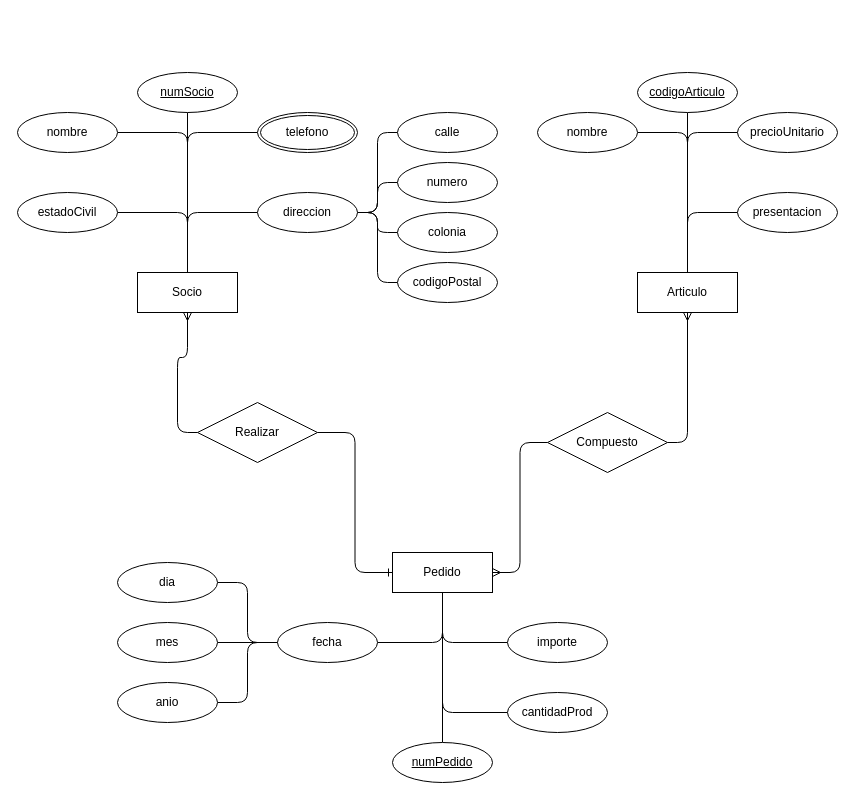
xmr-p/DatabaseCharts keeps this draw.io diagram as Activity-2-3.drawio. Above is the earlier version. Source tidied: cells renumbered, new cells numbered last; positions are measured from the earlier drawing's top-left corner, leaving out a move shared by most shapes. Both pictures are drawn from the tidied source at 100%, with x=0, y=0 at pixel (17, 72).
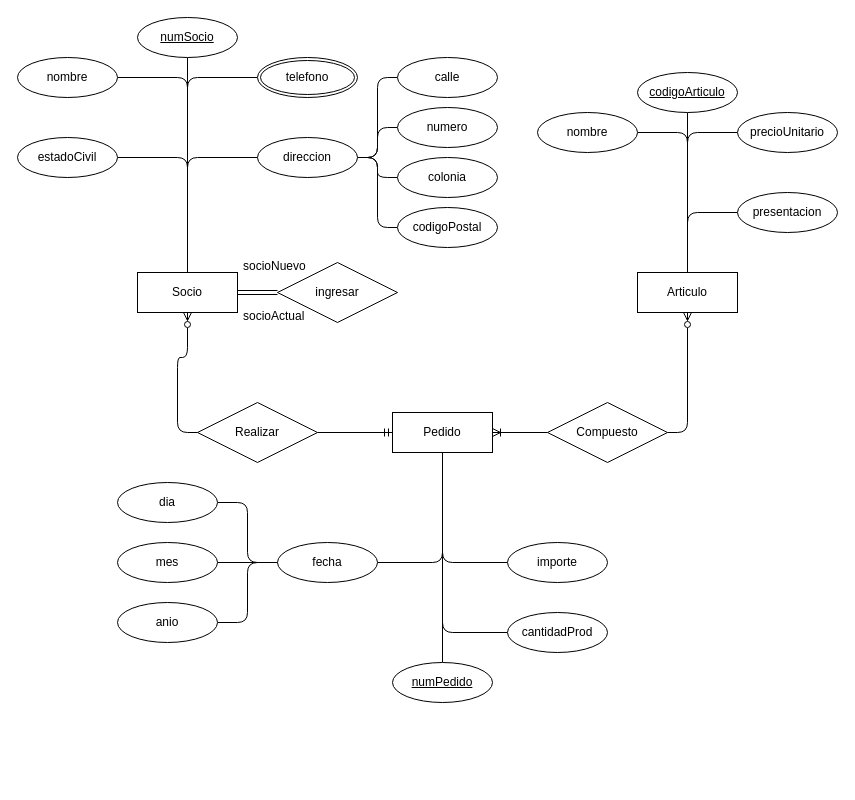
The same diagram, later.

The change refers to these unchanged cells:
```xml
<mxCell id="7" value="Articulo" style="whiteSpace=wrap;html=1;align=center;" parent="1" vertex="1">
  <mxGeometry x="620" y="200" width="100" height="40" as="geometry" />
</mxCell>
<mxCell id="19" value="Socio" style="whiteSpace=wrap;html=1;align=center;" parent="1" vertex="1">
  <mxGeometry x="120" y="200" width="100" height="40" as="geometry" />
</mxCell>
<mxCell id="21" value="Realizar" style="shape=rhombus;perimeter=rhombusPerimeter;whiteSpace=wrap;html=1;align=center;" parent="1" vertex="1">
  <mxGeometry x="180" y="330" width="120" height="60" as="geometry" />
</mxCell>
```

Diff of the diagram source:
```diff
@@
-    <mxCell id="2" style="edgeStyle=orthogonalEdgeStyle;rounded=1;jettySize=auto;html=1;exitX=0.5;exitY=1;exitDx=0;exitDy=0;entryX=1;entryY=0.5;entryDx=0;entryDy=0;endArrow=none;endFill=0;startArrow=ERmany;startFill=0;curved=0;" parent="1" edge="1" source="7" target="23">
+    <mxCell id="2" style="edgeStyle=orthogonalEdgeStyle;rounded=1;jettySize=auto;html=1;exitX=0.5;exitY=1;exitDx=0;exitDy=0;entryX=1;entryY=0.5;entryDx=0;entryDy=0;endArrow=none;endFill=0;startArrow=ERzeroToMany;startFill=0;curved=0;" parent="1" edge="1" source="7" target="23">
       <mxGeometry relative="1" as="geometry" />
     </mxCell>
@@
     <mxCell id="12" value="Pedido" style="whiteSpace=wrap;html=1;align=center;" parent="1" vertex="1">
-      <mxGeometry x="375" y="480" width="100" height="40" as="geometry" />
+      <mxGeometry x="375" y="340" width="100" height="40" as="geometry" />
     </mxCell>
-    <mxCell id="13" style="edgeStyle=orthogonalEdgeStyle;rounded=1;jettySize=auto;html=1;exitX=0.5;exitY=1;exitDx=0;exitDy=0;entryX=0;entryY=0.5;entryDx=0;entryDy=0;curved=0;startArrow=ERmany;startFill=0;endArrow=none;endFill=0;" parent="1" edge="1" source="19" target="21">
+    <mxCell id="13" style="edgeStyle=orthogonalEdgeStyle;rounded=1;jettySize=auto;html=1;exitX=0.5;exitY=1;exitDx=0;exitDy=0;entryX=0;entryY=0.5;entryDx=0;entryDy=0;curved=0;startArrow=ERzeroToMany;startFill=0;endArrow=none;endFill=0;" parent="1" edge="1" source="19" target="21">
       <mxGeometry relative="1" as="geometry" />
     </mxCell>
@@
-    <mxCell id="20" style="edgeStyle=orthogonalEdgeStyle;rounded=1;jettySize=auto;html=1;exitX=1;exitY=0.5;exitDx=0;exitDy=0;entryX=0;entryY=0.5;entryDx=0;entryDy=0;endArrow=ERone;endFill=0;curved=0;" parent="1" edge="1" source="21" target="12">
+    <mxCell id="20" style="edgeStyle=orthogonalEdgeStyle;rounded=1;jettySize=auto;html=1;exitX=1;exitY=0.5;exitDx=0;exitDy=0;entryX=0;entryY=0.5;entryDx=0;entryDy=0;endArrow=ERmandOne;endFill=0;curved=0;" parent="1" edge="1" source="21" target="12">
       <mxGeometry relative="1" as="geometry" />
     </mxCell>
@@
-    <mxCell id="22" style="edgeStyle=orthogonalEdgeStyle;rounded=1;jettySize=auto;html=1;exitX=0;exitY=0.5;exitDx=0;exitDy=0;entryX=1;entryY=0.5;entryDx=0;entryDy=0;endArrow=ERmany;endFill=0;curved=0;" parent="1" edge="1" source="23" target="12">
+    <mxCell id="22" style="edgeStyle=orthogonalEdgeStyle;rounded=1;jettySize=auto;html=1;exitX=0;exitY=0.5;exitDx=0;exitDy=0;entryX=1;entryY=0.5;entryDx=0;entryDy=0;endArrow=ERoneToMany;endFill=0;curved=0;" parent="1" edge="1" source="23" target="12">
       <mxGeometry relative="1" as="geometry" />
     </mxCell>
     <mxCell id="23" value="Compuesto" style="shape=rhombus;perimeter=rhombusPerimeter;whiteSpace=wrap;html=1;align=center;" parent="1" vertex="1">
-      <mxGeometry x="530" y="340" width="120" height="60" as="geometry" />
+      <mxGeometry x="530" y="330" width="120" height="60" as="geometry" />
     </mxCell>
@@
     <mxCell id="25" value="numPedido" style="ellipse;whiteSpace=wrap;html=1;align=center;fontStyle=4;" parent="1" vertex="1">
-      <mxGeometry x="375" y="670" width="100" height="40" as="geometry" />
+      <mxGeometry x="375" y="590" width="100" height="40" as="geometry" />
     </mxCell>
     <mxCell id="26" value="numSocio" style="ellipse;whiteSpace=wrap;html=1;align=center;fontStyle=4;" parent="1" vertex="1">
-      <mxGeometry x="120" width="100" height="40" as="geometry" />
+      <mxGeometry x="120" y="-55" width="100" height="40" as="geometry" />
     </mxCell>
@@
     <mxCell id="31" value="direccion" style="ellipse;whiteSpace=wrap;html=1;align=center;" parent="1" vertex="1">
-      <mxGeometry x="240" y="120" width="100" height="40" as="geometry" />
+      <mxGeometry x="240" y="65" width="100" height="40" as="geometry" />
     </mxCell>
     <mxCell id="32" value="estadoCivil" style="ellipse;whiteSpace=wrap;html=1;align=center;" parent="1" vertex="1">
-      <mxGeometry y="120" width="100" height="40" as="geometry" />
+      <mxGeometry y="65" width="100" height="40" as="geometry" />
     </mxCell>
     <mxCell id="33" value="nombre" style="ellipse;whiteSpace=wrap;html=1;align=center;" parent="1" vertex="1">
-      <mxGeometry y="40" width="100" height="40" as="geometry" />
+      <mxGeometry y="-15" width="100" height="40" as="geometry" />
     </mxCell>
     <mxCell id="34" value="telefono" style="ellipse;shape=doubleEllipse;margin=3;whiteSpace=wrap;html=1;align=center;" parent="1" vertex="1">
-      <mxGeometry x="240" y="40" width="100" height="40" as="geometry" />
+      <mxGeometry x="240" y="-15" width="100" height="40" as="geometry" />
     </mxCell>
     <mxCell id="35" value="codigoPostal" style="ellipse;whiteSpace=wrap;html=1;align=center;" parent="1" vertex="1">
-      <mxGeometry x="380" y="190" width="100" height="40" as="geometry" />
+      <mxGeometry x="380" y="135" width="100" height="40" as="geometry" />
     </mxCell>
     <mxCell id="36" value="colonia" style="ellipse;whiteSpace=wrap;html=1;align=center;" parent="1" vertex="1">
-      <mxGeometry x="380" y="140" width="100" height="40" as="geometry" />
+      <mxGeometry x="380" y="85" width="100" height="40" as="geometry" />
     </mxCell>
     <mxCell id="37" value="numero" style="ellipse;whiteSpace=wrap;html=1;align=center;" parent="1" vertex="1">
-      <mxGeometry x="380" y="90" width="100" height="40" as="geometry" />
+      <mxGeometry x="380" y="35" width="100" height="40" as="geometry" />
     </mxCell>
     <mxCell id="38" value="calle" style="ellipse;whiteSpace=wrap;html=1;align=center;" parent="1" vertex="1">
-      <mxGeometry x="380" y="40" width="100" height="40" as="geometry" />
+      <mxGeometry x="380" y="-15" width="100" height="40" as="geometry" />
     </mxCell>
@@
     <mxCell id="42" value="cantidadProd" style="ellipse;whiteSpace=wrap;html=1;align=center;" parent="1" vertex="1">
-      <mxGeometry x="490" y="620" width="100" height="40" as="geometry" />
+      <mxGeometry x="490" y="540" width="100" height="40" as="geometry" />
     </mxCell>
     <mxCell id="43" value="importe" style="ellipse;whiteSpace=wrap;html=1;align=center;" parent="1" vertex="1">
-      <mxGeometry x="490" y="550" width="100" height="40" as="geometry" />
+      <mxGeometry x="490" y="470" width="100" height="40" as="geometry" />
     </mxCell>
@@
     <mxCell id="47" value="fecha" style="ellipse;whiteSpace=wrap;html=1;align=center;" parent="1" vertex="1">
-      <mxGeometry x="260" y="550" width="100" height="40" as="geometry" />
+      <mxGeometry x="260" y="470" width="100" height="40" as="geometry" />
     </mxCell>
     <mxCell id="48" value="anio" style="ellipse;whiteSpace=wrap;html=1;align=center;" parent="1" vertex="1">
-      <mxGeometry x="100" y="610" width="100" height="40" as="geometry" />
+      <mxGeometry x="100" y="530" width="100" height="40" as="geometry" />
     </mxCell>
     <mxCell id="49" value="mes" style="ellipse;whiteSpace=wrap;html=1;align=center;" parent="1" vertex="1">
-      <mxGeometry x="100" y="550" width="100" height="40" as="geometry" />
+      <mxGeometry x="100" y="470" width="100" height="40" as="geometry" />
     </mxCell>
     <mxCell id="50" value="dia" style="ellipse;whiteSpace=wrap;html=1;align=center;" parent="1" vertex="1">
-      <mxGeometry x="100" y="490" width="100" height="40" as="geometry" />
+      <mxGeometry x="100" y="410" width="100" height="40" as="geometry" />
     </mxCell>
+    <mxCell id="51" value="ingresar" style="shape=rhombus;perimeter=rhombusPerimeter;whiteSpace=wrap;html=1;align=center;" parent="1" vertex="1">
+      <mxGeometry x="260" y="190" width="120" height="60" as="geometry" />
+    </mxCell>
+    <mxCell id="52" style="shape=link;html=1;rounded=0;entryX=1;entryY=0.5;entryDx=0;entryDy=0;exitX=0;exitY=0.5;exitDx=0;exitDy=0;" parent="1" edge="1" source="51" target="19">
+      <mxGeometry relative="1" as="geometry" />
+    </mxCell>
+    <mxCell id="53" value="socioNuevo" style="text;strokeColor=none;fillColor=none;spacingLeft=4;spacingRight=4;overflow=hidden;fontSize=12;whiteSpace=wrap;html=1;" parent="1" vertex="1">
+      <mxGeometry x="220" y="180" width="80" height="30" as="geometry" />
+    </mxCell>
+    <mxCell id="54" value="socioActual" style="text;strokeColor=none;fillColor=none;spacingLeft=4;spacingRight=4;overflow=hidden;fontSize=12;whiteSpace=wrap;html=1;" parent="1" vertex="1">
+      <mxGeometry x="220" y="230" width="80" height="30" as="geometry" />
+    </mxCell>
```
